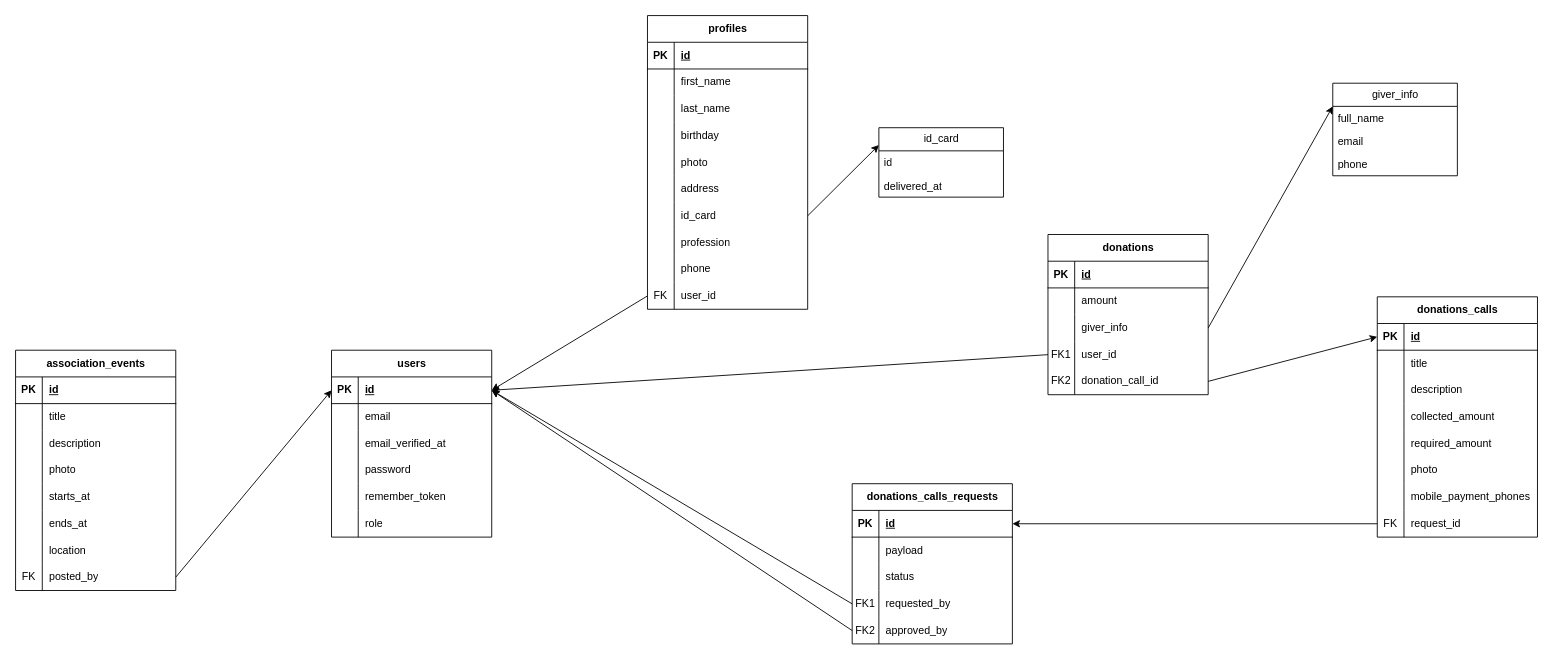
This is diagrams.drawio from AmazingTool777/gestion-association-laravel-mysql, a draw.io file, before an edit. Source tidied: cells renumbered, new cells numbered last; positions are measured from the earlier drawing's top-left corner, leaving out a move shared by most shapes. Both pictures are drawn from the tidied source at 89%, with x=0, y=0 at pixel (15, 15).
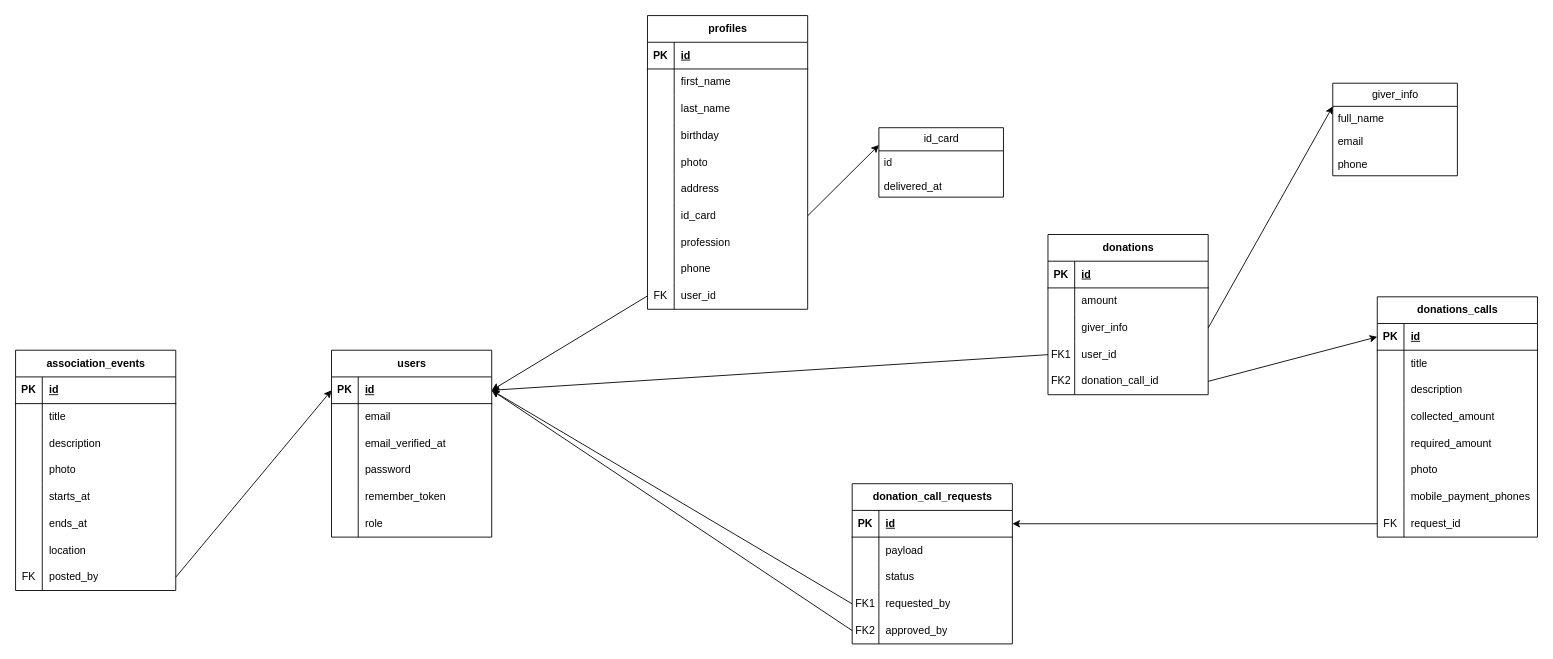
The same page after the edit.

Commit message (it also covers changes not shown here):
Donatio call requests migration, model

What changed in the source:
```diff
@@
-    <mxCell id="78" value="donations_calls_requests" style="shape=table;startSize=30;childLayout=tableLayout;rowLines=0;fontStyle=1;align=center;html=1;" parent="1" vertex="1">
+    <mxCell id="78" value="donation_call_requests" style="shape=table;startSize=30;childLayout=tableLayout;rowLines=0;fontStyle=1;align=center;html=1;" parent="1" vertex="1">
       <mxGeometry x="940" y="526" width="180" height="180" as="geometry" />
     </mxCell>
```
